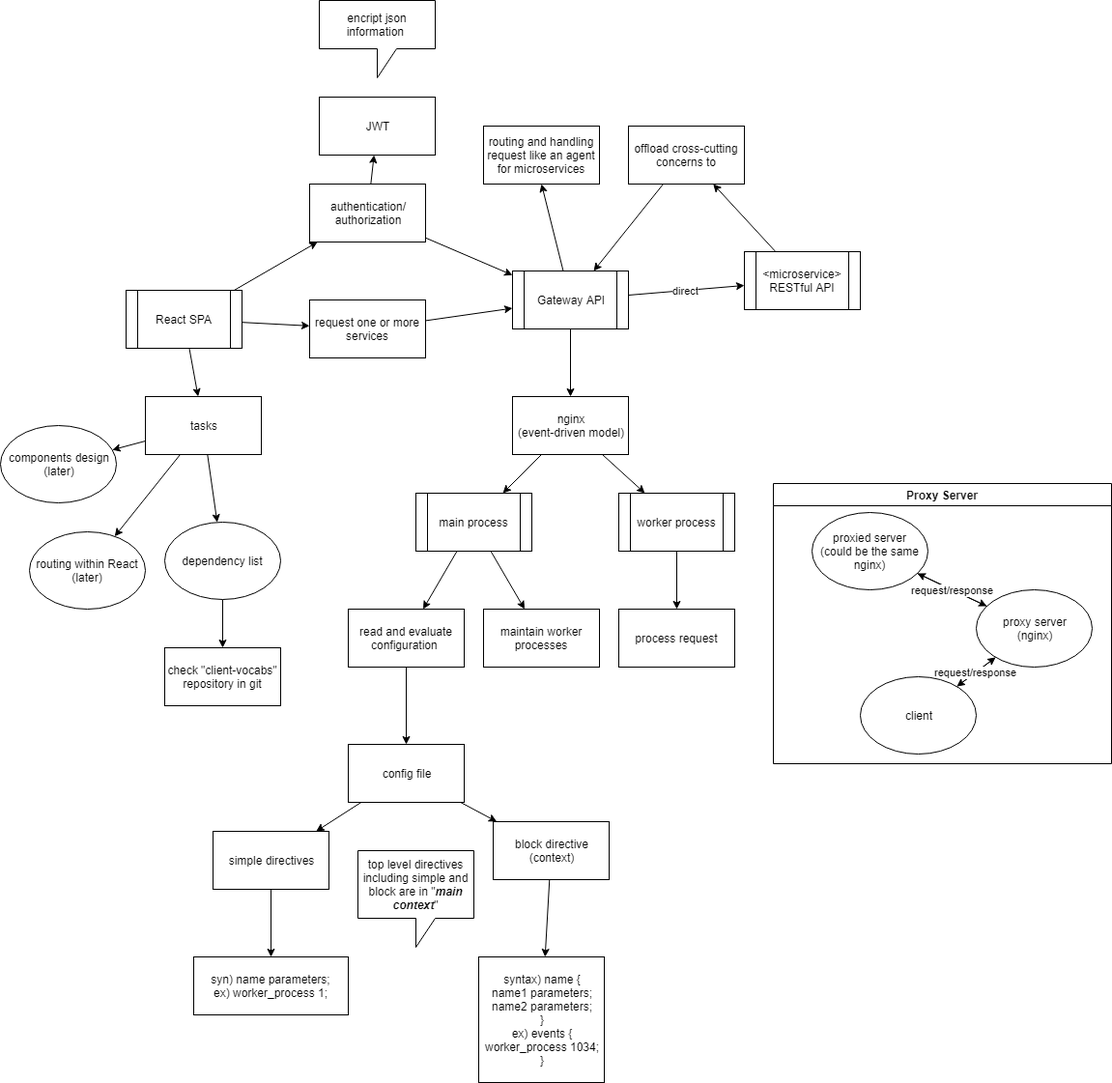
The draw.io diagram vocabs.png in stsiwo/vocabs, before a commit. Source tidied: cells renumbered, new cells last; positions are measured from the earlier drawing's top-left corner, leaving out a move shared by most shapes.
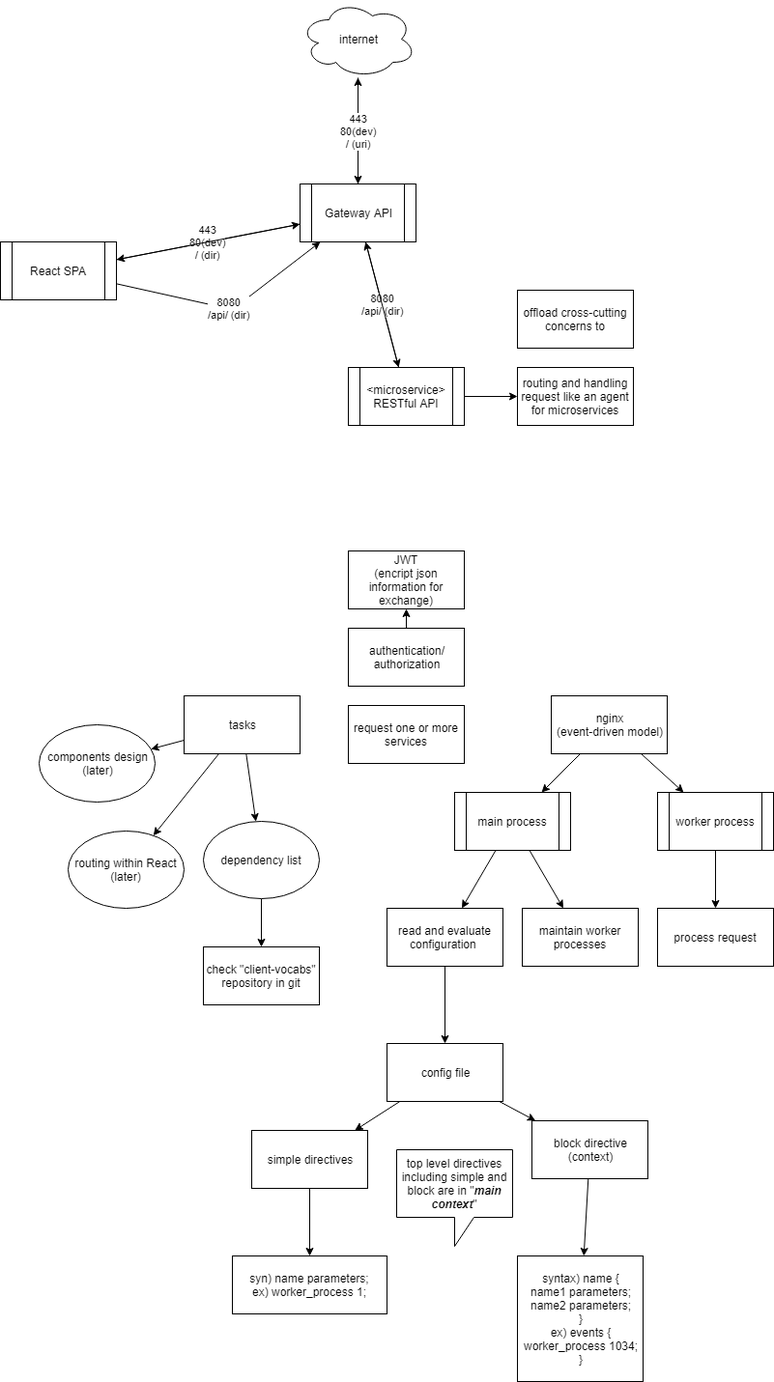
After the change.

Change to the diagram source:
```diff
@@ -2,35 +2,36 @@
   <root>
     <mxCell id="0" />
     <mxCell id="1" parent="0" />
+    <mxCell id="61" value="8080&lt;br&gt;/api/ (dir)&lt;br&gt;" style="edgeStyle=none;rounded=0;html=1;startArrow=none;startFill=0;endArrow=classic;endFill=1;jettySize=auto;" parent="1" edge="1" source="4" target="7">
+      <mxGeometry relative="1" as="geometry" />
+    </mxCell>
+    <mxCell id="4" value="&lt;span&gt;&amp;lt;microservice&amp;gt;&lt;/span&gt;&lt;br&gt;&lt;span&gt;RESTful API&lt;/span&gt;" style="shape=process;whiteSpace=wrap;html=1;backgroundOutline=1;" parent="1" vertex="1">
+      <mxGeometry x="320" y="70" width="120" height="60" as="geometry" />
+    </mxCell>
+    <mxCell id="62" value="443&lt;br&gt;80(dev)&lt;br&gt;/ (dir)&lt;br&gt;" style="edgeStyle=none;rounded=0;html=1;startArrow=none;startFill=0;endArrow=classic;endFill=1;jettySize=auto;" parent="1" edge="1" source="7" target="11">
+      <mxGeometry relative="1" as="geometry" />
+    </mxCell>
+    <mxCell id="63" style="edgeStyle=none;rounded=0;html=1;startArrow=none;startFill=0;endArrow=classic;endFill=1;jettySize=auto;" parent="1" edge="1" source="7" target="67">
+      <mxGeometry relative="1" as="geometry" />
+    </mxCell>
-    <mxCell id="2" value="direct" style="edgeStyle=none;rounded=0;html=1;startArrow=none;startFill=0;endArrow=classic;endFill=1;jettySize=auto;" parent="1" edge="1" source="7" target="4">
+    <mxCell id="2" style="edgeStyle=none;rounded=0;html=1;startArrow=none;startFill=0;endArrow=classic;endFill=1;jettySize=auto;" parent="1" edge="1" source="7" target="4">
       <mxGeometry relative="1" as="geometry" />
     </mxCell>
-    <mxCell id="3" style="edgeStyle=none;rounded=0;html=1;startArrow=none;startFill=0;endArrow=classic;endFill=1;jettySize=auto;" parent="1" edge="1" source="4" target="28">
-      <mxGeometry relative="1" as="geometry" />
-    </mxCell>
-    <mxCell id="4" value="&lt;span&gt;&amp;lt;microservice&amp;gt;&lt;/span&gt;&lt;br&gt;&lt;span&gt;RESTful API&lt;/span&gt;" style="shape=process;whiteSpace=wrap;html=1;backgroundOutline=1;" parent="1" vertex="1">
-      <mxGeometry x="770" y="260" width="120" height="60" as="geometry" />
-    </mxCell>
-    <mxCell id="5" style="edgeStyle=none;rounded=0;html=1;entryX=0.5;entryY=1;startArrow=none;startFill=0;endArrow=classic;endFill=1;jettySize=auto;" parent="1" edge="1" source="7" target="29">
-      <mxGeometry relative="1" as="geometry" />
-    </mxCell>
-    <mxCell id="6" style="edgeStyle=none;rounded=0;html=1;startArrow=none;startFill=0;endArrow=classic;endFill=1;jettySize=auto;" parent="1" edge="1" source="7" target="32">
-      <mxGeometry relative="1" as="geometry" />
-    </mxCell>
     <mxCell id="7" value="Gateway API&lt;br&gt;" style="shape=process;whiteSpace=wrap;html=1;backgroundOutline=1;" parent="1" vertex="1">
-      <mxGeometry x="530" y="280" width="120" height="60" as="geometry" />
+      <mxGeometry x="270" y="-120" width="120" height="60" as="geometry" />
     </mxCell>
-    <mxCell id="8" style="edgeStyle=none;rounded=0;html=1;startArrow=none;startFill=0;endArrow=classic;endFill=1;jettySize=auto;" parent="1" edge="1" source="11" target="15">
-      <mxGeometry relative="1" as="geometry" />
-    </mxCell>
-    <mxCell id="9" style="edgeStyle=none;rounded=0;html=1;startArrow=none;startFill=0;endArrow=classic;endFill=1;jettySize=auto;" parent="1" edge="1" source="11" target="26">
-      <mxGeometry relative="1" as="geometry" />
-    </mxCell>
-    <mxCell id="10" style="edgeStyle=none;rounded=0;html=1;startArrow=none;startFill=0;endArrow=classic;endFill=1;jettySize=auto;" parent="1" edge="1" source="11" target="23">
-      <mxGeometry relative="1" as="geometry" />
-    </mxCell>
+    <mxCell id="64" style="edgeStyle=none;rounded=0;html=1;startArrow=none;startFill=0;endArrow=classic;endFill=1;jettySize=auto;" parent="1" edge="1" source="11" target="7">
+      <mxGeometry relative="1" as="geometry" />
+    </mxCell>
+    <mxCell id="65" value="8080&lt;br&gt;/api/ (dir)&lt;br&gt;" style="edgeStyle=none;rounded=0;html=1;startArrow=none;startFill=0;endArrow=classic;endFill=1;jettySize=auto;" parent="1" edge="1" source="11" target="7">
+      <mxGeometry relative="1" as="geometry">
+        <Array as="points">
+          <mxPoint x="200" y="10" />
+        </Array>
+      </mxGeometry>
+    </mxCell>
     <mxCell id="11" value="React SPA&lt;br&gt;" style="shape=process;whiteSpace=wrap;html=1;backgroundOutline=1;" parent="1" vertex="1">
-      <mxGeometry x="130" y="300" width="120" height="60" as="geometry" />
+      <mxGeometry x="-40" y="-60" width="120" height="60" as="geometry" />
     </mxCell>
     <mxCell id="12" style="edgeStyle=none;rounded=0;html=1;startArrow=none;startFill=0;endArrow=classic;endFill=1;jettySize=auto;" parent="1" edge="1" source="15" target="16">
       <mxGeometry relative="1" as="geometry" />
@@ -59,33 +60,21 @@
     <mxCell id="20" value="routing within React&lt;br&gt;(later)&lt;br&gt;" style="ellipse;whiteSpace=wrap;html=1;" parent="1" vertex="1">
       <mxGeometry x="30" y="550" width="120" height="80" as="geometry" />
     </mxCell>
-    <mxCell id="21" style="edgeStyle=none;rounded=0;html=1;startArrow=none;startFill=0;endArrow=classic;endFill=1;jettySize=auto;" parent="1" edge="1" source="23" target="7">
-      <mxGeometry relative="1" as="geometry" />
-    </mxCell>
     <mxCell id="22" style="edgeStyle=none;rounded=0;html=1;startArrow=none;startFill=0;endArrow=classic;endFill=1;jettySize=auto;" parent="1" edge="1" source="23" target="24">
       <mxGeometry relative="1" as="geometry" />
     </mxCell>
     <mxCell id="23" value="authentication/&lt;br&gt;authorization" style="rounded=0;whiteSpace=wrap;html=1;" parent="1" vertex="1">
-      <mxGeometry x="320" y="190" width="120" height="60" as="geometry" />
+      <mxGeometry x="320" y="340" width="120" height="60" as="geometry" />
     </mxCell>
-    <mxCell id="24" value="JWT" style="rounded=0;whiteSpace=wrap;html=1;" parent="1" vertex="1">
-      <mxGeometry x="330" y="100" width="120" height="60" as="geometry" />
+    <mxCell id="24" value="JWT&lt;br&gt;(encript json information for exchange)&lt;br&gt;" style="rounded=0;whiteSpace=wrap;html=1;" parent="1" vertex="1">
+      <mxGeometry x="320" y="260" width="120" height="60" as="geometry" />
     </mxCell>
-    <mxCell id="25" style="edgeStyle=none;rounded=0;html=1;startArrow=none;startFill=0;endArrow=classic;endFill=1;jettySize=auto;" parent="1" edge="1" source="26" target="7">
-      <mxGeometry relative="1" as="geometry" />
-    </mxCell>
     <mxCell id="26" value="request one or more services" style="rounded=0;whiteSpace=wrap;html=1;" parent="1" vertex="1">
-      <mxGeometry x="320" y="310" width="120" height="60" as="geometry" />
+      <mxGeometry x="320" y="420" width="120" height="60" as="geometry" />
     </mxCell>
-    <mxCell id="27" style="edgeStyle=none;rounded=0;html=1;startArrow=none;startFill=0;endArrow=classic;endFill=1;jettySize=auto;" parent="1" edge="1" source="28" target="7">
-      <mxGeometry relative="1" as="geometry" />
-    </mxCell>
     <mxCell id="28" value="offload cross-cutting concerns to" style="rounded=0;whiteSpace=wrap;html=1;" parent="1" vertex="1">
-      <mxGeometry x="650" y="130" width="120" height="60" as="geometry" />
+      <mxGeometry x="495" y="-10" width="120" height="60" as="geometry" />
     </mxCell>
-    <mxCell id="29" value="routing and handling request like an agent for microservices" style="rounded=0;whiteSpace=wrap;html=1;" parent="1" vertex="1">
-      <mxGeometry x="500" y="130" width="120" height="60" as="geometry" />
-    </mxCell>
     <mxCell id="30" style="edgeStyle=none;rounded=0;html=1;startArrow=none;startFill=0;endArrow=classic;endFill=1;jettySize=auto;" parent="1" edge="1" source="32" target="35">
       <mxGeometry relative="1" as="geometry" />
     </mxCell>
@@ -152,32 +141,17 @@
     <mxCell id="51" value="top level directives including simple and block are in &quot;&lt;b&gt;&lt;i&gt;main context&lt;/i&gt;&lt;/b&gt;&quot;" style="shape=callout;whiteSpace=wrap;html=1;perimeter=calloutPerimeter;" parent="1" vertex="1">
       <mxGeometry x="370" y="880" width="120" height="100" as="geometry" />
     </mxCell>
-    <mxCell id="52" style="edgeStyle=none;rounded=0;html=1;startArrow=none;startFill=0;endArrow=classic;endFill=1;jettySize=auto;" parent="1" edge="1" source="54" target="58">
-      <mxGeometry relative="1" as="geometry" />
-    </mxCell>
-    <mxCell id="53" style="edgeStyle=none;rounded=0;html=1;startArrow=none;startFill=0;endArrow=classic;endFill=1;jettySize=auto;" parent="1" edge="1" source="54" target="56">
-      <mxGeometry relative="1" as="geometry" />
-    </mxCell>
-    <mxCell id="54" value="proxy server&lt;br&gt;(nginx)&lt;br&gt;" style="ellipse;whiteSpace=wrap;html=1;" parent="1" vertex="1">
-      <mxGeometry x="1010" y="610" width="120" height="80" as="geometry" />
-    </mxCell>
-    <mxCell id="55" value="request/response" style="edgeStyle=none;rounded=0;html=1;startArrow=none;startFill=0;endArrow=classic;endFill=1;jettySize=auto;" parent="1" edge="1" source="56" target="54">
-      <mxGeometry relative="1" as="geometry" />
-    </mxCell>
-    <mxCell id="56" value="client" style="ellipse;whiteSpace=wrap;html=1;" parent="1" vertex="1">
-      <mxGeometry x="890" y="700" width="120" height="80" as="geometry" />
-    </mxCell>
-    <mxCell id="57" value="request/response" style="edgeStyle=none;rounded=0;html=1;startArrow=none;startFill=0;endArrow=classic;endFill=1;jettySize=auto;" parent="1" edge="1" source="58" target="54">
-      <mxGeometry relative="1" as="geometry" />
-    </mxCell>
-    <mxCell id="58" value="proxied server&lt;br&gt;(could be the same nginx)&lt;br&gt;" style="ellipse;whiteSpace=wrap;html=1;" parent="1" vertex="1">
-      <mxGeometry x="840" y="530" width="120" height="80" as="geometry" />
-    </mxCell>
-    <mxCell id="59" value="Proxy Server" style="swimlane;" parent="1" vertex="1">
-      <mxGeometry x="800" y="500" width="350" height="290" as="geometry" />
-    </mxCell>
-    <mxCell id="60" value="encript json information&amp;nbsp;" style="shape=callout;whiteSpace=wrap;html=1;perimeter=calloutPerimeter;" parent="1" vertex="1">
-      <mxGeometry x="330" width="120" height="80" as="geometry" />
-    </mxCell>
+    <mxCell id="66" value="443&lt;br&gt;80(dev)&lt;br&gt;/ (uri)&lt;br&gt;" style="edgeStyle=none;rounded=0;html=1;startArrow=none;startFill=0;endArrow=classic;endFill=1;jettySize=auto;" parent="1" edge="1" source="67" target="7">
+      <mxGeometry relative="1" as="geometry" />
+    </mxCell>
+    <mxCell id="67" value="internet" style="ellipse;shape=cloud;whiteSpace=wrap;html=1;" parent="1" vertex="1">
+      <mxGeometry x="270" y="-310" width="120" height="80" as="geometry" />
+    </mxCell>
+    <mxCell id="29" value="routing and handling request like an agent for microservices" style="rounded=0;whiteSpace=wrap;html=1;" parent="1" vertex="1">
+      <mxGeometry x="495" y="70" width="120" height="60" as="geometry" />
+    </mxCell>
+    <mxCell id="68" style="edgeStyle=none;rounded=0;html=1;startArrow=none;startFill=0;endArrow=classic;endFill=1;jettySize=auto;" parent="1" edge="1" source="4" target="29">
+      <mxGeometry relative="1" as="geometry" />
+    </mxCell>
   </root>
 </mxGraphModel>
```
